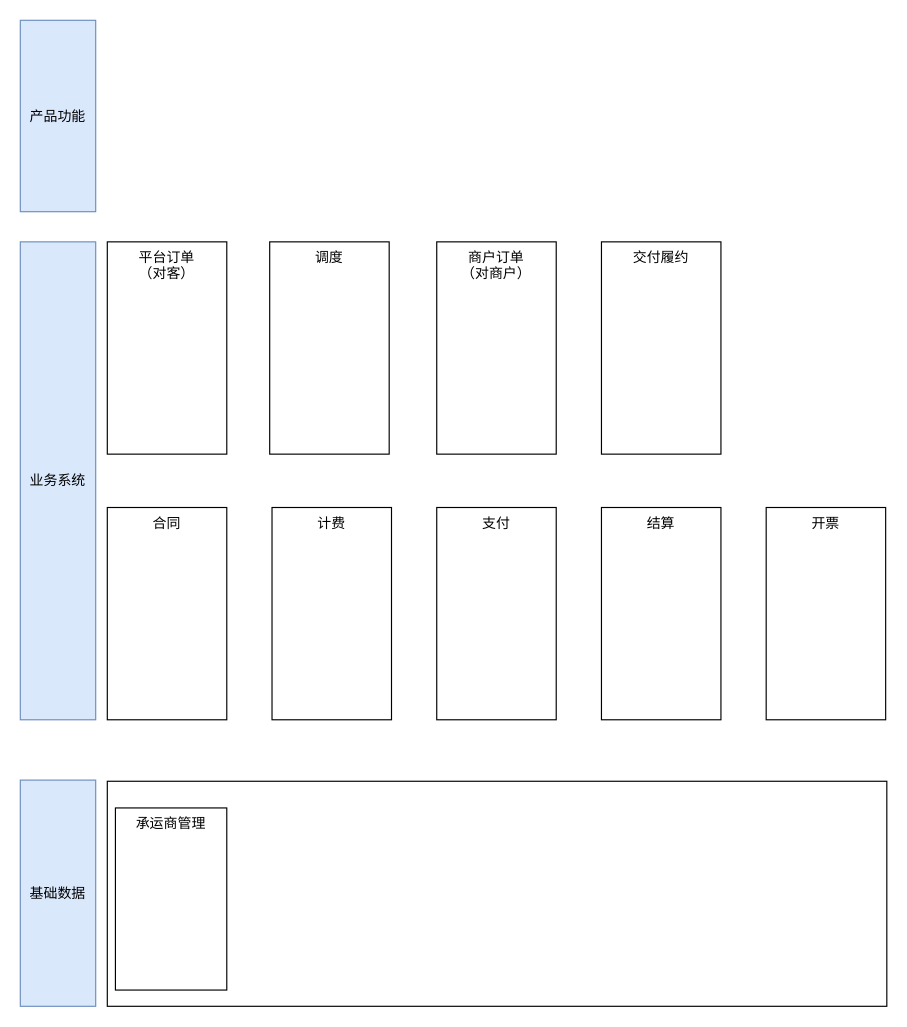
This is page "物流模块图" (14 of 14) of docs/自营重构2.drawio from lokiworks/codebase, a draw.io file, before an edit. Source tidied: cells renumbered, new cells numbered last; positions are measured from the earlier drawing's top-left corner, leaving out a move shared by most shapes. Both pictures are drawn from the tidied source at 116%, with x=0, y=0 at pixel (20, 20).
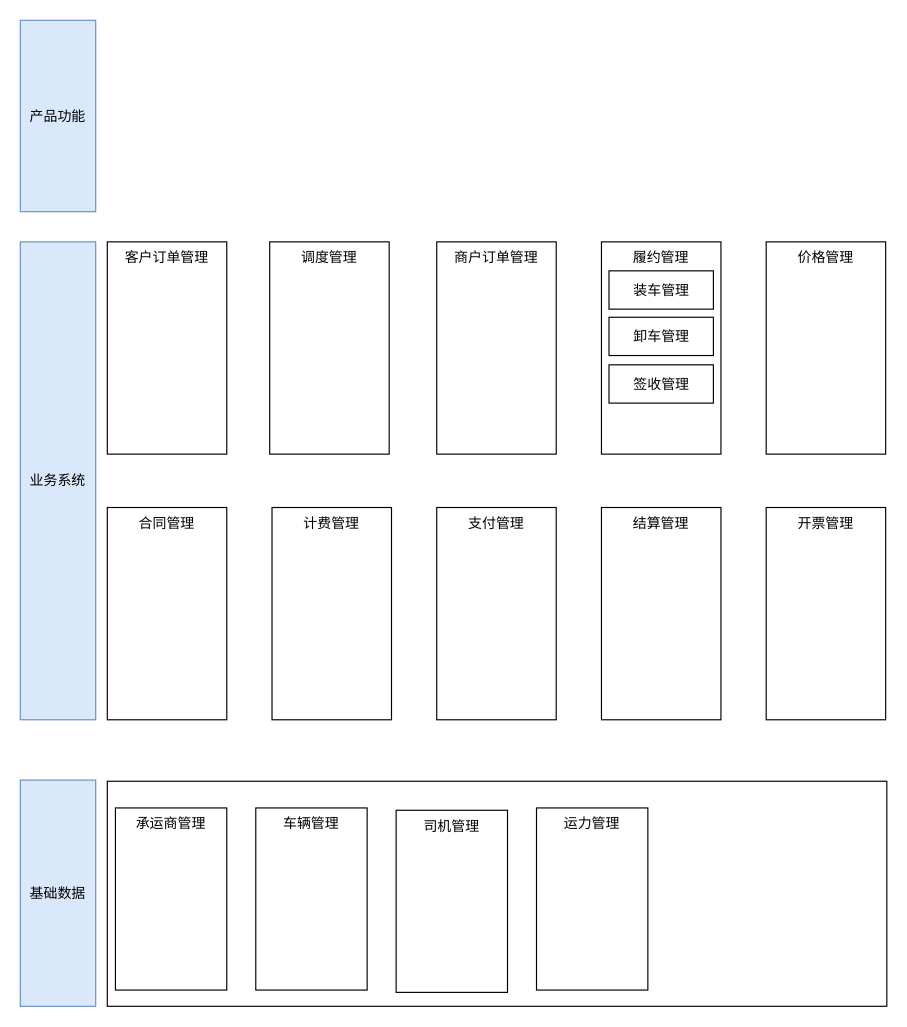
After the change.

Change to the diagram source:
```diff
@@
-    <mxCell id="2" value="平台订单&lt;br&gt;（对客）" style="rounded=0;whiteSpace=wrap;html=1;strokeColor=default;verticalAlign=top;" parent="1" vertex="1">
+    <mxCell id="2" value="客户订单管理" style="rounded=0;whiteSpace=wrap;html=1;strokeColor=default;verticalAlign=top;" parent="1" vertex="1">
       <mxGeometry x="75" y="191" width="103" height="183" as="geometry" />
     </mxCell>
-    <mxCell id="3" value="商户订单&lt;br&gt;（对商户）" style="rounded=0;whiteSpace=wrap;html=1;strokeColor=default;verticalAlign=top;" parent="1" vertex="1">
+    <mxCell id="3" value="商户订单管理" style="rounded=0;whiteSpace=wrap;html=1;strokeColor=default;verticalAlign=top;" parent="1" vertex="1">
       <mxGeometry x="359" y="191" width="103" height="183" as="geometry" />
     </mxCell>
-    <mxCell id="4" value="调度" style="rounded=0;whiteSpace=wrap;html=1;strokeColor=default;verticalAlign=top;" parent="1" vertex="1">
+    <mxCell id="4" value="调度管理" style="rounded=0;whiteSpace=wrap;html=1;strokeColor=default;verticalAlign=top;" parent="1" vertex="1">
       <mxGeometry x="215" y="191" width="103" height="183" as="geometry" />
     </mxCell>
-    <mxCell id="5" value="交付履约" style="rounded=0;whiteSpace=wrap;html=1;strokeColor=default;verticalAlign=top;" parent="1" vertex="1">
+    <mxCell id="5" value="履约管理" style="rounded=0;whiteSpace=wrap;html=1;strokeColor=default;verticalAlign=top;" parent="1" vertex="1">
       <mxGeometry x="501" y="191" width="103" height="183" as="geometry" />
     </mxCell>
-    <mxCell id="6" value="结算" style="rounded=0;whiteSpace=wrap;html=1;strokeColor=default;verticalAlign=top;" parent="1" vertex="1">
+    <mxCell id="6" value="结算管理" style="rounded=0;whiteSpace=wrap;html=1;strokeColor=default;verticalAlign=top;" parent="1" vertex="1">
       <mxGeometry x="501" y="420" width="103" height="183" as="geometry" />
     </mxCell>
-    <mxCell id="7" value="合同" style="rounded=0;whiteSpace=wrap;html=1;strokeColor=default;verticalAlign=top;" parent="1" vertex="1">
+    <mxCell id="7" value="合同管理" style="rounded=0;whiteSpace=wrap;html=1;strokeColor=default;verticalAlign=top;" parent="1" vertex="1">
       <mxGeometry x="75" y="420" width="103" height="183" as="geometry" />
     </mxCell>
-    <mxCell id="8" value="计费" style="rounded=0;whiteSpace=wrap;html=1;strokeColor=default;verticalAlign=top;" parent="1" vertex="1">
+    <mxCell id="8" value="计费管理" style="rounded=0;whiteSpace=wrap;html=1;strokeColor=default;verticalAlign=top;" parent="1" vertex="1">
       <mxGeometry x="217" y="420" width="103" height="183" as="geometry" />
     </mxCell>
-    <mxCell id="9" value="支付" style="rounded=0;whiteSpace=wrap;html=1;strokeColor=default;verticalAlign=top;" parent="1" vertex="1">
+    <mxCell id="9" value="支付管理" style="rounded=0;whiteSpace=wrap;html=1;strokeColor=default;verticalAlign=top;" parent="1" vertex="1">
       <mxGeometry x="359" y="420" width="103" height="183" as="geometry" />
     </mxCell>
-    <mxCell id="10" value="开票" style="rounded=0;whiteSpace=wrap;html=1;strokeColor=default;verticalAlign=top;" parent="1" vertex="1">
+    <mxCell id="10" value="开票管理" style="rounded=0;whiteSpace=wrap;html=1;strokeColor=default;verticalAlign=top;" parent="1" vertex="1">
       <mxGeometry x="643" y="420" width="103" height="183" as="geometry" />
     </mxCell>
@@
+    <mxCell id="16" value="价格管理" style="rounded=0;whiteSpace=wrap;html=1;strokeColor=default;verticalAlign=top;" parent="1" vertex="1">
+      <mxGeometry x="643" y="191" width="103" height="183" as="geometry" />
+    </mxCell>
+    <mxCell id="17" value="装车管理" style="rounded=0;whiteSpace=wrap;html=1;strokeColor=default;" parent="1" vertex="1">
+      <mxGeometry x="507.5" y="216" width="90" height="33" as="geometry" />
+    </mxCell>
+    <mxCell id="18" value="卸车管理" style="rounded=0;whiteSpace=wrap;html=1;strokeColor=default;" parent="1" vertex="1">
+      <mxGeometry x="507.5" y="256" width="90" height="33" as="geometry" />
+    </mxCell>
+    <mxCell id="19" value="签收管理" style="rounded=0;whiteSpace=wrap;html=1;strokeColor=default;" parent="1" vertex="1">
+      <mxGeometry x="507.5" y="297" width="90" height="33" as="geometry" />
+    </mxCell>
+    <mxCell id="20" value="车辆管理" style="rounded=0;whiteSpace=wrap;html=1;strokeColor=default;verticalAlign=top;" parent="1" vertex="1">
+      <mxGeometry x="203" y="679" width="96" height="157" as="geometry" />
+    </mxCell>
+    <mxCell id="21" value="司机管理" style="rounded=0;whiteSpace=wrap;html=1;strokeColor=default;verticalAlign=top;" parent="1" vertex="1">
+      <mxGeometry x="324" y="681" width="96" height="157" as="geometry" />
+    </mxCell>
+    <mxCell id="22" value="运力管理" style="rounded=0;whiteSpace=wrap;html=1;strokeColor=default;verticalAlign=top;" parent="1" vertex="1">
+      <mxGeometry x="445" y="679" width="96" height="157" as="geometry" />
+    </mxCell>
```
